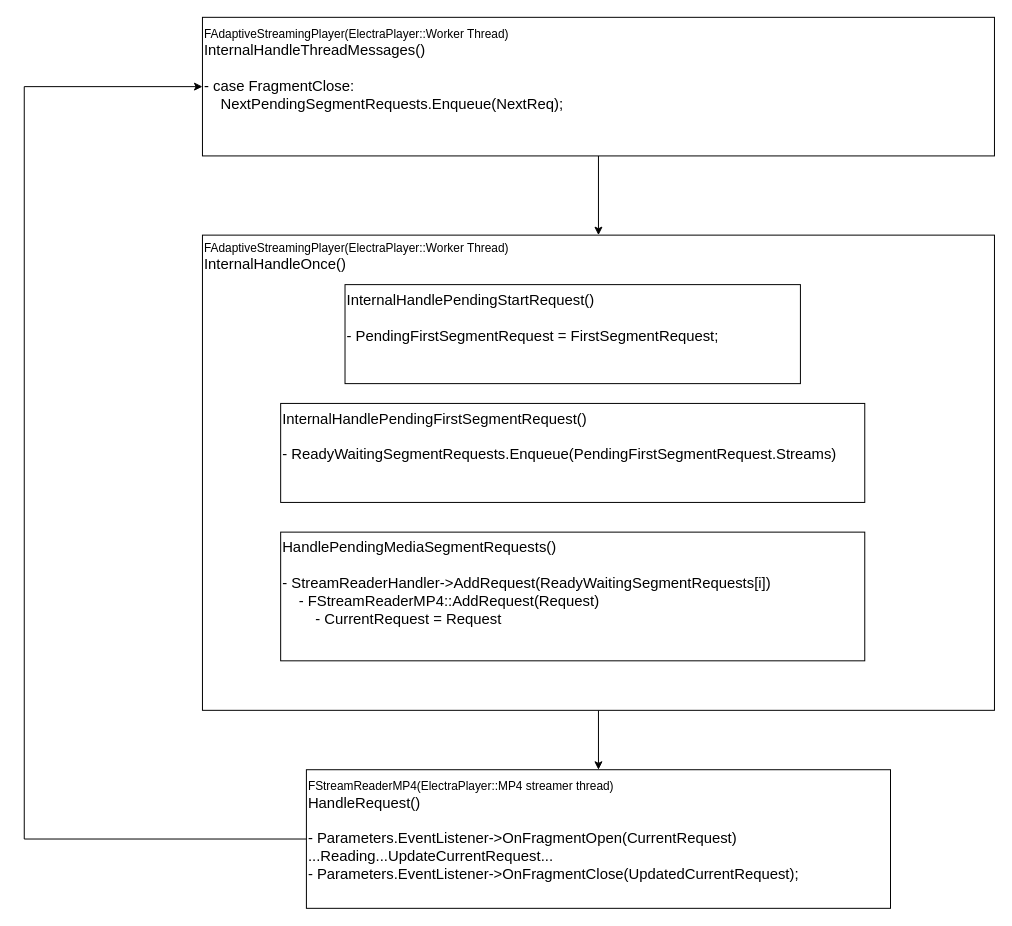
Above: UEMediaPlayer.drawio in tcmxx/TCMXXDrawIO (draw.io), before the change. Source tidied: cells renumbered, new cells numbered last; positions are measured from the earlier drawing's top-left corner, leaving out a move shared by most shapes. Both pictures are drawn from the tidied source at 99%, with x=0, y=0 at pixel (24, 17).
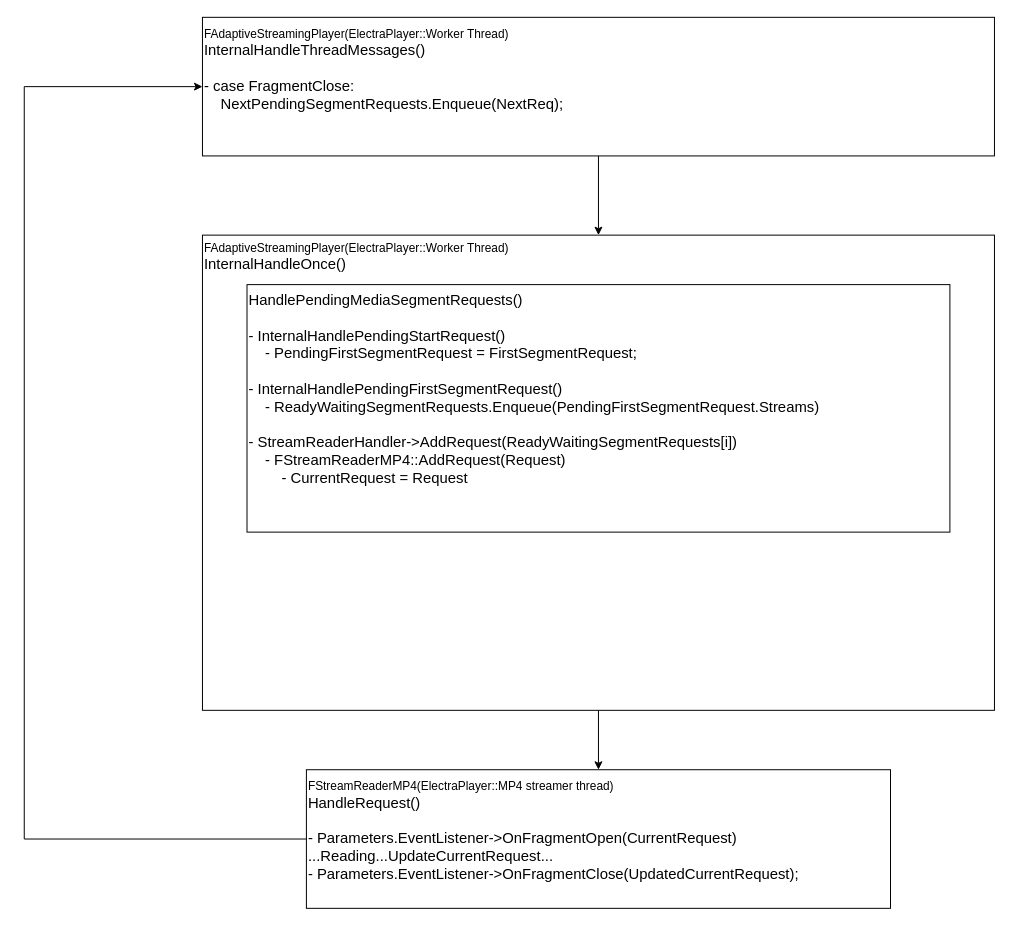
Above is the later version.

Diff of the diagram source:
```diff
@@
 <mxGraphModel>
   <root>
     <mxCell id="0" />
     <mxCell id="1" parent="0" />
     <mxCell id="2" style="edgeStyle=orthogonalEdgeStyle;rounded=0;jettySize=auto;html=1;entryX=0.5;entryY=0;entryDx=0;entryDy=0;" parent="1" edge="1" source="3" target="8">
       <mxGeometry relative="1" as="geometry" />
     </mxCell>
     <mxCell id="3" value="FAdaptiveStreamingPlayer(ElectraPlayer::Worker Thread)&lt;br&gt;&lt;div&gt;&lt;span style=&quot;font-size: 15px;&quot;&gt;InternalHandleOnce()&lt;/span&gt;&lt;/div&gt;" style="rounded=0;whiteSpace=wrap;html=1;align=left;verticalAlign=top;" parent="1" vertex="1">
       <mxGeometry x="180" y="220" width="800" height="480" as="geometry" />
     </mxCell>
-    <mxCell id="4" value="&lt;div&gt;InternalHandlePendingStartRequest()&lt;div&gt;&lt;br&gt;&lt;div&gt;- PendingFirstSegmentRequest = FirstSegmentRequest;&lt;/div&gt;&lt;/div&gt;&lt;/div&gt;" style="rounded=0;whiteSpace=wrap;html=1;fontSize=15;verticalAlign=top;align=left;" parent="1" vertex="1">
-      <mxGeometry x="324" y="270" width="460" height="100" as="geometry" />
-    </mxCell>
-    <mxCell id="5" value="&lt;div&gt;&lt;span style=&quot;background-color: transparent; color: light-dark(rgb(0, 0, 0), rgb(255, 255, 255));&quot;&gt;InternalHandlePendingFirstSegmentRequest()&lt;/span&gt;&lt;/div&gt;&lt;div&gt;&lt;br&gt;&lt;div&gt;- ReadyWaitingSegmentRequests.Enqueue(&lt;span style=&quot;background-color: transparent; color: light-dark(rgb(0, 0, 0), rgb(255, 255, 255));&quot;&gt;PendingFirstSegmentRequest.Streams&lt;/span&gt;&lt;span style=&quot;background-color: transparent; color: light-dark(rgb(0, 0, 0), rgb(255, 255, 255));&quot;&gt;)&lt;/span&gt;&lt;/div&gt;&lt;/div&gt;" style="rounded=0;whiteSpace=wrap;html=1;fontSize=15;verticalAlign=top;align=left;" parent="1" vertex="1">
-      <mxGeometry x="259" y="390" width="590" height="100" as="geometry" />
-    </mxCell>
-    <mxCell id="6" value="&lt;div&gt;&lt;span style=&quot;background-color: transparent; color: light-dark(rgb(0, 0, 0), rgb(255, 255, 255));&quot;&gt;HandlePendingMediaSegmentRequests()&lt;/span&gt;&lt;/div&gt;&lt;div&gt;&lt;br&gt;&lt;div&gt;-&amp;nbsp;&lt;span style=&quot;background-color: transparent;&quot;&gt;StreamReaderHandler-&amp;gt;AddRequest(&lt;/span&gt;ReadyWaitingSegmentRequests[i]&lt;span style=&quot;background-color: transparent;&quot;&gt;)&lt;/span&gt;&lt;/div&gt;&lt;/div&gt;&lt;div&gt;&lt;span style=&quot;background-color: transparent;&quot;&gt;&amp;nbsp; &amp;nbsp; -&amp;nbsp;&lt;/span&gt;&lt;span style=&quot;background-color: transparent;&quot;&gt;FStreamReaderMP4::&lt;/span&gt;&lt;span style=&quot;background-color: transparent;&quot;&gt;AddRequest(&lt;/span&gt;&lt;span style=&quot;background-color: transparent; color: light-dark(rgb(0, 0, 0), rgb(255, 255, 255));&quot;&gt;Request&lt;/span&gt;&lt;span style=&quot;background-color: transparent; color: light-dark(rgb(0, 0, 0), rgb(255, 255, 255));&quot;&gt;)&lt;/span&gt;&lt;/div&gt;&lt;div&gt;&lt;span style=&quot;background-color: transparent;&quot;&gt;&amp;nbsp; &amp;nbsp; &amp;nbsp; &amp;nbsp; - CurrentRequest = Request&lt;/span&gt;&lt;/div&gt;" style="rounded=0;whiteSpace=wrap;html=1;fontSize=15;verticalAlign=top;align=left;" parent="1" vertex="1">
-      <mxGeometry x="259" y="520" width="590" height="130" as="geometry" />
+    <mxCell id="6" value="&lt;div&gt;&lt;span style=&quot;background-color: transparent; color: light-dark(rgb(0, 0, 0), rgb(255, 255, 255));&quot;&gt;HandlePendingMediaSegmentRequests()&lt;/span&gt;&lt;/div&gt;&lt;div&gt;&lt;div&gt;&lt;br&gt;&lt;/div&gt;&lt;div&gt;- InternalHandlePendingStartRequest()&lt;div&gt;&lt;div&gt;&amp;nbsp; &amp;nbsp; - PendingFirstSegmentRequest = FirstSegmentRequest;&lt;/div&gt;&lt;/div&gt;&lt;/div&gt;&lt;div&gt;&lt;br&gt;&lt;/div&gt;&lt;div&gt;&lt;div style=&quot;text-wrap-mode: nowrap;&quot;&gt;&lt;span style=&quot;background-color: transparent; color: light-dark(rgb(0, 0, 0), rgb(255, 255, 255));&quot;&gt;- InternalHandlePendingFirstSegmentRequest()&lt;/span&gt;&lt;/div&gt;&lt;div style=&quot;text-wrap-mode: nowrap;&quot;&gt;&lt;div&gt;&amp;nbsp; &amp;nbsp; - ReadyWaitingSegmentRequests.Enqueue(&lt;span style=&quot;background-color: transparent; color: light-dark(rgb(0, 0, 0), rgb(255, 255, 255));&quot;&gt;PendingFirstSegmentRequest.Streams&lt;/span&gt;&lt;span style=&quot;background-color: transparent; color: light-dark(rgb(0, 0, 0), rgb(255, 255, 255));&quot;&gt;)&lt;/span&gt;&lt;/div&gt;&lt;/div&gt;&lt;/div&gt;&lt;div&gt;&lt;br&gt;&lt;/div&gt;&lt;div&gt;-&amp;nbsp;&lt;span style=&quot;background-color: transparent;&quot;&gt;StreamReaderHandler-&amp;gt;AddRequest(&lt;/span&gt;ReadyWaitingSegmentRequests[i]&lt;span style=&quot;background-color: transparent;&quot;&gt;)&lt;/span&gt;&lt;/div&gt;&lt;/div&gt;&lt;div&gt;&lt;span style=&quot;background-color: transparent;&quot;&gt;&amp;nbsp; &amp;nbsp; -&amp;nbsp;&lt;/span&gt;&lt;span style=&quot;background-color: transparent;&quot;&gt;FStreamReaderMP4::&lt;/span&gt;&lt;span style=&quot;background-color: transparent;&quot;&gt;AddRequest(&lt;/span&gt;&lt;span style=&quot;background-color: transparent; color: light-dark(rgb(0, 0, 0), rgb(255, 255, 255));&quot;&gt;Request&lt;/span&gt;&lt;span style=&quot;background-color: transparent; color: light-dark(rgb(0, 0, 0), rgb(255, 255, 255));&quot;&gt;)&lt;/span&gt;&lt;/div&gt;&lt;div&gt;&lt;span style=&quot;background-color: transparent;&quot;&gt;&amp;nbsp; &amp;nbsp; &amp;nbsp; &amp;nbsp; - CurrentRequest = Request&lt;/span&gt;&lt;/div&gt;" style="rounded=0;whiteSpace=wrap;html=1;fontSize=15;verticalAlign=top;align=left;" parent="1" vertex="1">
+      <mxGeometry x="225" y="270" width="710" height="250" as="geometry" />
     </mxCell>
     <mxCell id="7" style="edgeStyle=orthogonalEdgeStyle;rounded=0;jettySize=auto;html=1;entryX=0;entryY=0.5;entryDx=0;entryDy=0;exitX=0;exitY=0.5;exitDx=0;exitDy=0;" parent="1" edge="1" source="8" target="10">
       <mxGeometry relative="1" as="geometry">
         <Array as="points">
           <mxPoint y="830" />
           <mxPoint y="70" />
         </Array>
       </mxGeometry>
     </mxCell>
     <mxCell id="8" value="&lt;font style=&quot;font-size: 12px;&quot;&gt;FStreamReaderMP4(ElectraPlayer::MP4 streamer thread)&lt;/font&gt;&lt;div&gt;HandleRequest()&lt;/div&gt;&lt;div&gt;&lt;br&gt;&lt;div&gt;- Parameters.EventListener-&amp;gt;OnFragmentOpen(CurrentRequest)&lt;/div&gt;&lt;/div&gt;&lt;div&gt;...Reading...UpdateCurrentRequest...&lt;/div&gt;&lt;div&gt;- Parameters.EventListener-&amp;gt;OnFragmentClose(UpdatedCurrentRequest);&lt;/div&gt;" style="rounded=0;whiteSpace=wrap;html=1;fontSize=15;verticalAlign=top;align=left;" parent="1" vertex="1">
       <mxGeometry x="285" y="760" width="590" height="140" as="geometry" />
     </mxCell>
     <mxCell id="9" style="edgeStyle=orthogonalEdgeStyle;rounded=0;jettySize=auto;html=1;entryX=0.5;entryY=0;entryDx=0;entryDy=0;" parent="1" edge="1" source="10" target="3">
       <mxGeometry relative="1" as="geometry" />
     </mxCell>
     <mxCell id="10" value="&lt;font style=&quot;font-size: 12px;&quot;&gt;FAdaptiveStreamingPlayer(ElectraPlayer::Worker Thread)&lt;/font&gt;&lt;br&gt;&lt;div&gt;&lt;span style=&quot;background-color: transparent;&quot;&gt;InternalHandleThreadMessages&lt;/span&gt;&lt;span style=&quot;background-color: transparent; color: light-dark(rgb(0, 0, 0), rgb(255, 255, 255));&quot;&gt;()&lt;/span&gt;&lt;/div&gt;&lt;div&gt;&lt;br&gt;&lt;div&gt;-&amp;nbsp;&lt;span style=&quot;background-color: transparent;&quot;&gt;case FragmentClose:&lt;/span&gt;&lt;/div&gt;&lt;/div&gt;&lt;div&gt;&lt;span style=&quot;background-color: transparent;&quot;&gt;&amp;nbsp; &amp;nbsp;&amp;nbsp;&lt;/span&gt;&lt;span style=&quot;background-color: transparent;&quot;&gt;NextPendingSegmentRequests.Enqueue(NextReq);&lt;/span&gt;&lt;/div&gt;" style="rounded=0;whiteSpace=wrap;html=1;fontSize=15;verticalAlign=top;align=left;" parent="1" vertex="1">
       <mxGeometry x="180" width="800" height="140" as="geometry" />
     </mxCell>
   </root>
 </mxGraphModel>
```
